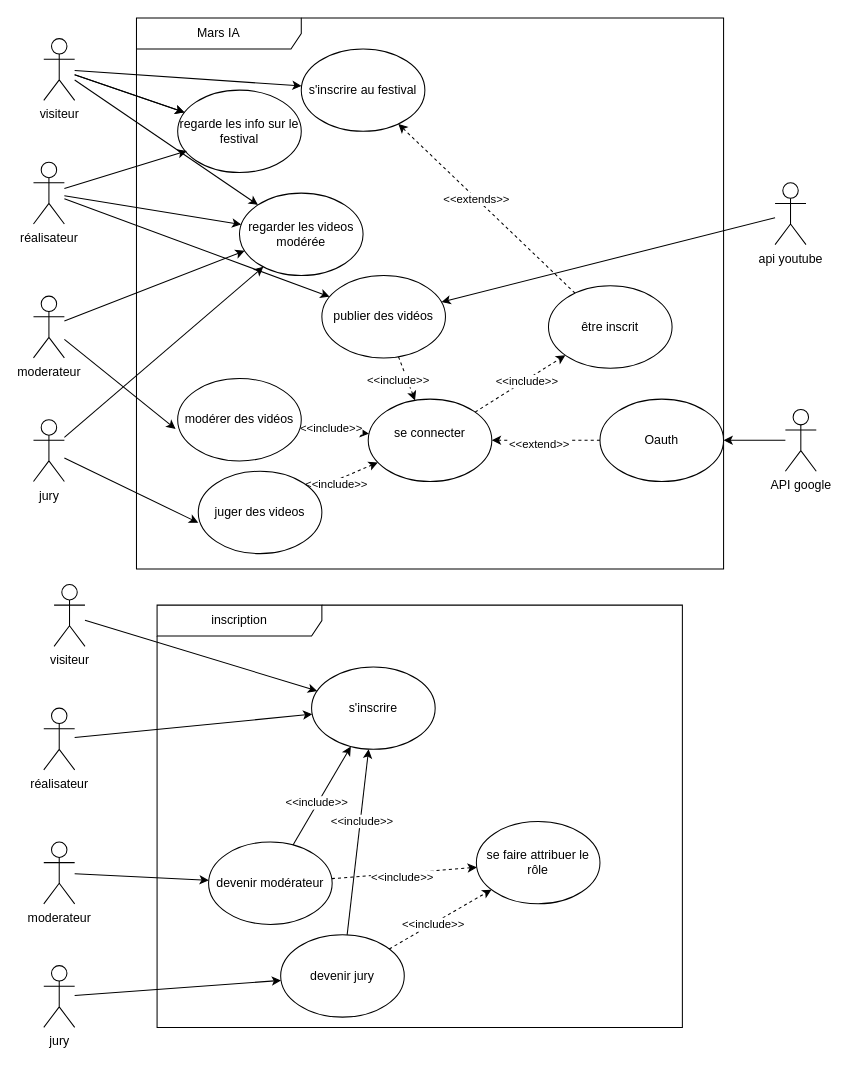
Gaetan1303/ProjectFestivalIA keeps this draw.io diagram as page "app" (1 of 2) of docs/Mars IA app.drawio. Above is the earlier version. Source tidied: cells renumbered, new cells numbered last; positions are measured from the earlier drawing's top-left corner, leaving out a move shared by most shapes. Both pictures are drawn from the tidied source at 103%, with x=0, y=0 at pixel (33, 18).
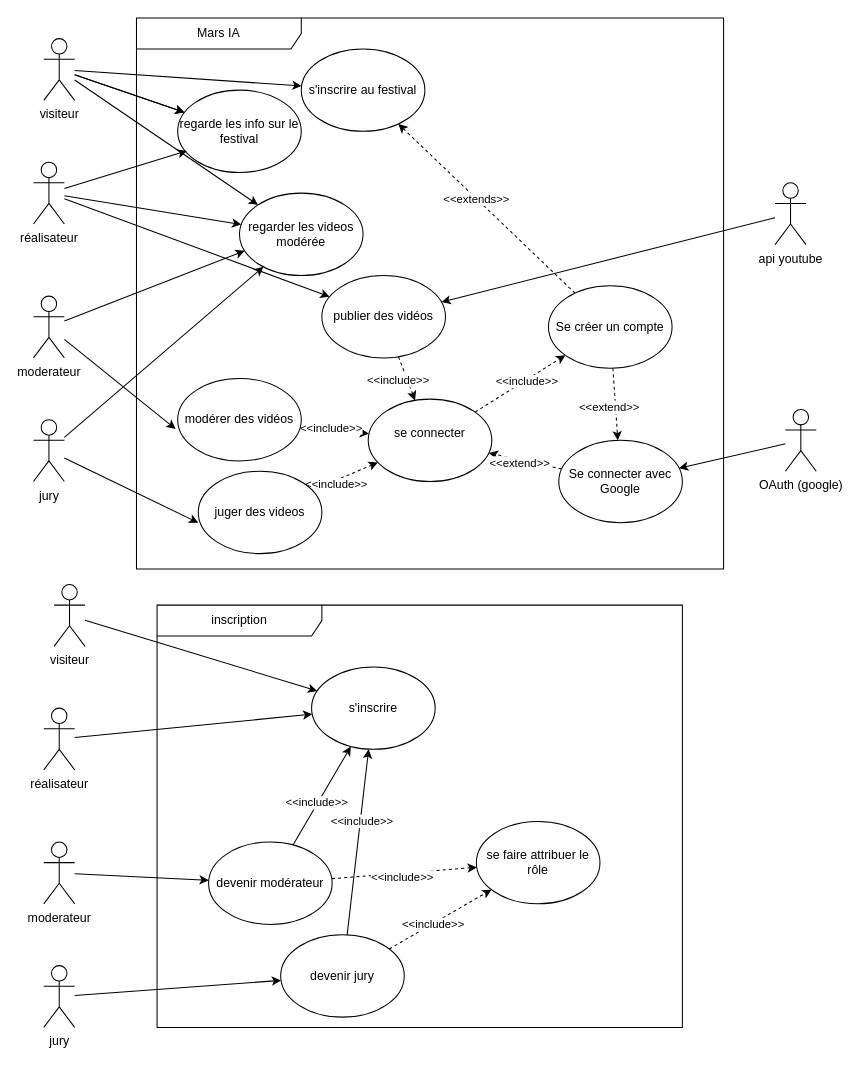
Above is the later version.

Unchanged cells that the change refers to:
```xml
<mxCell id="2" value="Mars IA" style="shape=umlFrame;whiteSpace=wrap;html=1;width=160;" parent="1" vertex="1">
  <mxGeometry x="100" width="570" height="535" as="geometry" />
</mxCell>
<mxCell id="7" value="&lt;div&gt;se connecter&lt;/div&gt;&lt;div&gt;&lt;br&gt;&lt;/div&gt;" style="ellipse;whiteSpace=wrap;html=1;" parent="2" vertex="1">
  <mxGeometry x="225" y="370" width="120" height="80" as="geometry" />
</mxCell>
```

Change to the diagram source:
```diff
@@
+    <mxCell id="66" style="rounded=0;jettySize=auto;html=1;dashed=1;" parent="2" edge="1" source="19" target="23">
+      <mxGeometry relative="1" as="geometry" />
+    </mxCell>
+    <mxCell id="67" value="&amp;lt;&amp;lt;extend&amp;gt;&amp;gt;" style="edgeLabel;html=1;align=center;verticalAlign=middle;" parent="66" vertex="1">
+      <mxGeometry x="0.04" y="-7" relative="1" as="geometry" />
+    </mxCell>
-    <mxCell id="19" value="être inscrit" style="ellipse;whiteSpace=wrap;html=1;" parent="2" vertex="1">
+    <mxCell id="19" value="Se créer un compte" style="ellipse;whiteSpace=wrap;html=1;" parent="2" vertex="1">
       <mxGeometry x="400" y="260" width="120" height="80" as="geometry" />
     </mxCell>
@@
-    <mxCell id="21" style="edgeStyle=orthogonalEdgeStyle;rounded=0;jettySize=auto;html=1;dashed=1;" parent="2" edge="1" source="23" target="7">
+    <mxCell id="21" style="rounded=0;jettySize=auto;html=1;dashed=1;" parent="2" edge="1" source="23" target="7">
       <mxGeometry relative="1" as="geometry" />
     </mxCell>
@@
-    <mxCell id="23" value="Oauth" style="ellipse;whiteSpace=wrap;html=1;" parent="2" vertex="1">
-      <mxGeometry x="450" y="370" width="120" height="80" as="geometry" />
+    <mxCell id="23" value="Se connecter avec Google" style="ellipse;whiteSpace=wrap;html=1;" parent="2" vertex="1">
+      <mxGeometry x="410" y="410" width="120" height="80" as="geometry" />
     </mxCell>
@@
-    <mxCell id="63" value="&lt;div&gt;API google&lt;/div&gt;" style="shape=umlActor;verticalLabelPosition=bottom;verticalAlign=top;html=1;outlineConnect=0;" parent="1" vertex="1">
+    <mxCell id="63" value="&lt;div&gt;OAuth (google)&lt;/div&gt;&lt;div&gt;&lt;br&gt;&lt;/div&gt;" style="shape=umlActor;verticalLabelPosition=bottom;verticalAlign=top;html=1;outlineConnect=0;" parent="1" vertex="1">
       <mxGeometry x="730" y="380" width="30" height="60" as="geometry" />
     </mxCell>
```
